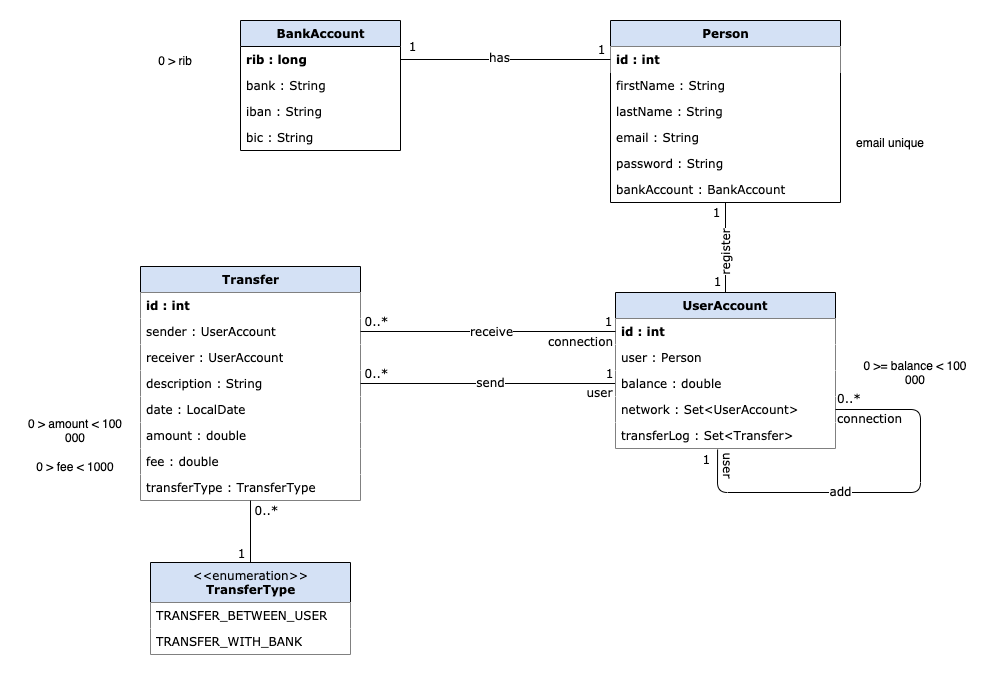
Before: src/main/resources/static/Buddy_UML.png, a diagram exported from draw.io (June-Ruth/PayMyBuddy). Source tidied: cells renumbered, new cells last; positions are measured from the earlier drawing's top-left corner, leaving out a move shared by most shapes.
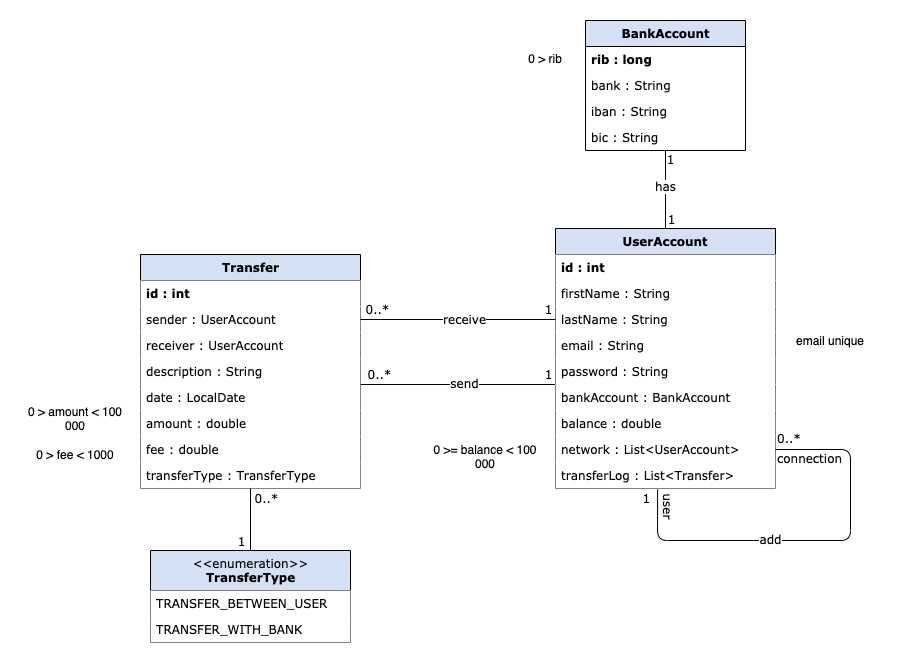
The same diagram one commit later.

Diff of the diagram source:
```diff
@@ -29,29 +29,8 @@
     <mxCell id="10" value="transferType : TransferType" style="text;html=1;align=left;verticalAlign=top;spacingLeft=4;spacingRight=4;whiteSpace=wrap;overflow=hidden;fontSize=12;fontFamily=Verdana;fillColor=#FFFFFF;" parent="2" vertex="1">
       <mxGeometry y="208" width="220" height="26" as="geometry" />
     </mxCell>
-    <mxCell id="11" value="Person" style="swimlane;html=1;fontStyle=1;horizontal=1;startSize=26;fillColor=#D4E1F5;swimlaneFillColor=#ffffff;rounded=0;shadow=0;comic=0;labelBackgroundColor=none;strokeWidth=1;fontFamily=Verdana;fontSize=12;align=center;" parent="1" vertex="1">
-      <mxGeometry x="590" width="230" height="182" as="geometry" />
-    </mxCell>
-    <mxCell id="12" value="id : int" style="text;strokeColor=none;fillColor=#FFFFFF;align=left;verticalAlign=top;spacingLeft=4;spacingRight=4;overflow=hidden;points=[[0,0.5],[1,0.5]];portConstraint=eastwest;fontFamily=Verdana;fontSize=12;fontStyle=1;" parent="11" vertex="1">
-      <mxGeometry y="26" width="230" height="26" as="geometry" />
-    </mxCell>
-    <mxCell id="13" value="firstName : String" style="text;html=1;strokeColor=none;fillColor=none;align=left;verticalAlign=top;spacingLeft=4;spacingRight=4;whiteSpace=wrap;overflow=hidden;fontSize=12;fontFamily=Verdana;" parent="11" vertex="1">
-      <mxGeometry y="52" width="230" height="26" as="geometry" />
-    </mxCell>
-    <mxCell id="14" value="lastName : String" style="text;html=1;strokeColor=none;fillColor=none;align=left;verticalAlign=top;spacingLeft=4;spacingRight=4;whiteSpace=wrap;overflow=hidden;points=[[0,0.5],[1,0.5]];portConstraint=eastwest;fontSize=12;fontFamily=Verdana;" parent="11" vertex="1">
-      <mxGeometry y="78" width="230" height="26" as="geometry" />
-    </mxCell>
-    <mxCell id="15" value="&lt;span style=&quot;font-style: normal&quot;&gt;email : String&lt;/span&gt;" style="text;html=1;strokeColor=none;fillColor=none;align=left;verticalAlign=top;spacingLeft=4;spacingRight=4;whiteSpace=wrap;overflow=hidden;fontSize=12;fontFamily=Verdana;fontStyle=2;" parent="11" vertex="1">
-      <mxGeometry y="104" width="230" height="26" as="geometry" />
-    </mxCell>
-    <mxCell id="16" value="password : String" style="text;strokeColor=none;fillColor=none;align=left;verticalAlign=top;spacingLeft=4;spacingRight=4;overflow=hidden;points=[[0,0.5],[1,0.5]];portConstraint=eastwest;fontSize=12;fontFamily=Verdana;" parent="11" vertex="1">
-      <mxGeometry y="130" width="230" height="26" as="geometry" />
-    </mxCell>
-    <mxCell id="17" value="bankAccount : BankAccount" style="text;strokeColor=none;fillColor=none;align=left;verticalAlign=top;spacingLeft=4;spacingRight=4;overflow=hidden;points=[[0,0.5],[1,0.5]];portConstraint=eastwest;fontSize=12;fontFamily=Verdana;" parent="11" vertex="1">
-      <mxGeometry y="156" width="230" height="26" as="geometry" />
-    </mxCell>
     <mxCell id="18" value="BankAccount" style="swimlane;html=1;fontStyle=1;horizontal=1;startSize=26;fillColor=#D4E1F5;swimlaneFillColor=#ffffff;rounded=0;shadow=0;comic=0;labelBackgroundColor=none;strokeWidth=1;fontFamily=Verdana;fontSize=12;align=center;" parent="1" vertex="1">
-      <mxGeometry x="220" width="160" height="130" as="geometry" />
+      <mxGeometry x="565" y="12" width="160" height="130" as="geometry" />
     </mxCell>
     <mxCell id="19" value="rib : long" style="text;html=1;strokeColor=none;fillColor=none;align=left;verticalAlign=top;spacingLeft=4;spacingRight=4;whiteSpace=wrap;overflow=hidden;points=[[0,0.5],[1,0.5]];portConstraint=eastwest;fontSize=12;fontFamily=Verdana;fontStyle=1;" parent="18" vertex="1">
       <mxGeometry y="26" width="160" height="26" as="geometry" />
@@ -65,7 +44,7 @@
     <mxCell id="22" value="bic : String" style="text;strokeColor=none;fillColor=none;align=left;verticalAlign=top;spacingLeft=4;spacingRight=4;overflow=hidden;fontSize=12;fontFamily=Verdana;" parent="18" vertex="1">
       <mxGeometry y="104" width="160" height="26" as="geometry" />
     </mxCell>
-    <mxCell id="23" style="endArrow=none;endFill=0;endSize=24;html=1;entryX=0;entryY=0.5;entryDx=0;entryDy=0;fontSize=12;fontFamily=Verdana;" parent="1" edge="1" source="2" target="35">
+    <mxCell id="23" style="endArrow=none;endFill=0;endSize=24;html=1;fontSize=12;fontFamily=Verdana;exitX=1;exitY=0;exitDx=0;exitDy=0;exitPerimeter=0;entryX=0.005;entryY=1;entryDx=0;entryDy=0;entryPerimeter=0;" parent="1" edge="1" source="7" target="16">
       <mxGeometry relative="1" as="geometry" />
     </mxCell>
     <mxCell id="24" value="send" style="edgeLabel;html=1;align=center;verticalAlign=middle;fontSize=12;fontFamily=Verdana;" parent="23" vertex="1">
@@ -75,46 +54,37 @@
     </mxCell>
     <mxCell id="25" value="1" style="edgeLabel;html=1;align=center;verticalAlign=middle;fontSize=12;fontFamily=Verdana;" parent="23" vertex="1">
       <mxGeometry x="0.75" y="1" relative="1" as="geometry">
-        <mxPoint x="24" y="-10" as="offset" />
+        <mxPoint x="15" y="-10" as="offset" />
       </mxGeometry>
     </mxCell>
     <mxCell id="26" value="0..*" style="edgeLabel;html=1;align=center;verticalAlign=middle;fontSize=12;fontFamily=Verdana;" parent="23" vertex="1">
       <mxGeometry x="-0.79" relative="1" as="geometry">
-        <mxPoint x="-12" y="-11" as="offset" />
+        <mxPoint x="-3" y="-11" as="offset" />
       </mxGeometry>
     </mxCell>
-    <mxCell id="27" value="user" style="edgeLabel;html=1;align=center;verticalAlign=middle;fontSize=12;fontFamily=Verdana;" parent="23" vertex="1">
-      <mxGeometry x="0.8" y="-2" relative="1" as="geometry">
-        <mxPoint x="8" y="6" as="offset" />
-      </mxGeometry>
-    </mxCell>
-    <mxCell id="28" style="endArrow=none;endFill=0;endSize=24;html=1;entryX=0;entryY=0.5;entryDx=0;entryDy=0;exitX=1;exitY=0.5;exitDx=0;exitDy=0;rounded=1;fontSize=12;fontFamily=Verdana;" parent="1" edge="1" source="19" target="12">
-      <mxGeometry relative="1" as="geometry" />
-    </mxCell>
-    <mxCell id="29" value="has" style="edgeLabel;html=1;align=center;verticalAlign=middle;fontSize=12;fontFamily=Verdana;" parent="28" vertex="1">
-      <mxGeometry x="-0.07" y="3" relative="1" as="geometry" />
-    </mxCell>
-    <mxCell id="30" value="1" style="edgeLabel;html=1;align=center;verticalAlign=middle;fontSize=12;fontFamily=Verdana;" parent="28" vertex="1">
-      <mxGeometry x="-0.91" relative="1" as="geometry">
-        <mxPoint x="2" y="-14" as="offset" />
-      </mxGeometry>
-    </mxCell>
-    <mxCell id="31" value="1" style="edgeLabel;html=1;align=center;verticalAlign=middle;fontSize=12;fontFamily=Verdana;" parent="28" vertex="1">
-      <mxGeometry x="0.84" y="2" relative="1" as="geometry">
-        <mxPoint x="6" y="-9" as="offset" />
-      </mxGeometry>
-    </mxCell>
     <mxCell id="32" value="UserAccount" style="swimlane;fontStyle=1;horizontal=1;startSize=26;fillColor=#D4E1F5;fontFamily=Verdana;fontSize=12;" parent="1" vertex="1">
-      <mxGeometry x="595" y="272" width="220" height="156" as="geometry" />
+      <mxGeometry x="535" y="220" width="220" height="260" as="geometry" />
     </mxCell>
     <mxCell id="33" value="id : int" style="text;strokeColor=none;fillColor=#FFFFFF;align=left;verticalAlign=top;spacingLeft=4;spacingRight=4;overflow=hidden;points=[[0,0.5],[1,0.5]];portConstraint=eastwest;fontFamily=Verdana;fontSize=12;fontStyle=1;" parent="32" vertex="1">
       <mxGeometry y="26" width="220" height="26" as="geometry" />
     </mxCell>
-    <mxCell id="34" value="user : Person" style="text;html=1;strokeColor=none;fillColor=#FFFFFF;align=left;verticalAlign=top;spacingLeft=4;spacingRight=4;whiteSpace=wrap;overflow=hidden;fontSize=12;fontFamily=Verdana;" parent="32" vertex="1">
-      <mxGeometry y="52" width="220" height="26" as="geometry" />
-    </mxCell>
+    <mxCell id="13" value="firstName : String" style="text;html=1;strokeColor=none;align=left;verticalAlign=top;spacingLeft=4;spacingRight=4;whiteSpace=wrap;overflow=hidden;fontSize=12;fontFamily=Verdana;fillColor=#FFFFFF;" parent="32" vertex="1">
+      <mxGeometry y="52" width="220" height="26" as="geometry" />
+    </mxCell>
+    <mxCell id="14" value="lastName : String" style="text;html=1;strokeColor=none;align=left;verticalAlign=top;spacingLeft=4;spacingRight=4;whiteSpace=wrap;overflow=hidden;points=[[0,0.5],[1,0.5]];portConstraint=eastwest;fontSize=12;fontFamily=Verdana;fillColor=#FFFFFF;" parent="32" vertex="1">
+      <mxGeometry y="78" width="220" height="26" as="geometry" />
+    </mxCell>
+    <mxCell id="15" value="&lt;span style=&quot;font-style: normal&quot;&gt;email : String&lt;/span&gt;" style="text;html=1;strokeColor=none;align=left;verticalAlign=top;spacingLeft=4;spacingRight=4;whiteSpace=wrap;overflow=hidden;fontSize=12;fontFamily=Verdana;fontStyle=2;fillColor=#FFFFFF;" parent="32" vertex="1">
+      <mxGeometry y="104" width="220" height="26" as="geometry" />
+    </mxCell>
+    <mxCell id="16" value="password : String" style="text;strokeColor=none;align=left;verticalAlign=top;spacingLeft=4;spacingRight=4;overflow=hidden;points=[[0,0.5],[1,0.5]];portConstraint=eastwest;fontSize=12;fontFamily=Verdana;fillColor=#FFFFFF;" parent="32" vertex="1">
+      <mxGeometry y="130" width="220" height="26" as="geometry" />
+    </mxCell>
+    <mxCell id="17" value="bankAccount : BankAccount" style="text;strokeColor=none;align=left;verticalAlign=top;spacingLeft=4;spacingRight=4;overflow=hidden;points=[[0,0.5],[1,0.5]];portConstraint=eastwest;fontSize=12;fontFamily=Verdana;fillColor=#FFFFFF;" parent="32" vertex="1">
+      <mxGeometry y="156" width="220" height="26" as="geometry" />
+    </mxCell>
     <mxCell id="35" value="balance : double" style="text;strokeColor=none;fillColor=#FFFFFF;align=left;verticalAlign=top;spacingLeft=4;spacingRight=4;overflow=hidden;points=[[0,0.5],[1,0.5]];portConstraint=eastwest;fontSize=12;fontFamily=Verdana;" parent="32" vertex="1">
-      <mxGeometry y="78" width="220" height="26" as="geometry" />
+      <mxGeometry y="182" width="220" height="26" as="geometry" />
     </mxCell>
     <mxCell id="36" style="edgeStyle=none;rounded=1;orthogonalLoop=1;jettySize=auto;html=1;entryX=0;entryY=0.5;entryDx=0;entryDy=0;endArrow=none;endFill=0;fontFamily=Verdana;fontSize=12;" parent="32" edge="1">
       <mxGeometry relative="1" as="geometry">
@@ -122,18 +92,19 @@
         <mxPoint y="65" as="targetPoint" />
       </mxGeometry>
     </mxCell>
-    <mxCell id="37" value="network : Set&lt;UserAccount&gt;" style="text;strokeColor=none;fillColor=#FFFFFF;align=left;verticalAlign=top;spacingLeft=4;spacingRight=4;overflow=hidden;fontSize=12;fontFamily=Verdana;" parent="32" vertex="1">
-      <mxGeometry y="104" width="220" height="26" as="geometry" />
+    <mxCell id="37" value="network : List&lt;UserAccount&gt;" style="text;strokeColor=none;fillColor=#FFFFFF;align=left;verticalAlign=top;spacingLeft=4;spacingRight=4;overflow=hidden;fontSize=12;fontFamily=Verdana;" parent="32" vertex="1">
+      <mxGeometry y="208" width="220" height="26" as="geometry" />
     </mxCell>
-    <mxCell id="38" value="transferLog : Set&lt;Transfer&gt;" style="text;strokeColor=none;fillColor=#FFFFFF;align=left;verticalAlign=top;spacingLeft=4;spacingRight=4;overflow=hidden;points=[[0,0.5],[1,0.5]];portConstraint=eastwest;fontSize=12;fontFamily=Verdana;" parent="32" vertex="1">
-      <mxGeometry y="130" width="220" height="26" as="geometry" />
+    <mxCell id="38" value="transferLog : List&lt;Transfer&gt;" style="text;strokeColor=none;fillColor=#FFFFFF;align=left;verticalAlign=top;spacingLeft=4;spacingRight=4;overflow=hidden;points=[[0,0.5],[1,0.5]];portConstraint=eastwest;fontSize=12;fontFamily=Verdana;" parent="32" vertex="1">
+      <mxGeometry y="234" width="220" height="26" as="geometry" />
     </mxCell>
-    <mxCell id="39" style="endArrow=none;endFill=0;endSize=24;html=1;exitX=0.464;exitY=1.038;exitDx=0;exitDy=0;entryX=1;entryY=0.75;entryDx=0;entryDy=0;fontSize=12;fontFamily=Verdana;exitPerimeter=0;" parent="32" edge="1" source="38" target="32">
+    <mxCell id="39" style="endArrow=none;endFill=0;endSize=24;html=1;exitX=0.464;exitY=1.038;exitDx=0;exitDy=0;fontSize=12;fontFamily=Verdana;exitPerimeter=0;" parent="32" edge="1" source="38">
       <mxGeometry relative="1" as="geometry">
+        <mxPoint x="220" y="221" as="targetPoint" />
         <Array as="points">
-          <mxPoint x="102" y="200" />
-          <mxPoint x="305" y="200" />
-          <mxPoint x="305" y="117" />
+          <mxPoint x="102" y="312" />
+          <mxPoint x="295" y="312" />
+          <mxPoint x="295" y="221" />
         </Array>
       </mxGeometry>
     </mxCell>
@@ -162,19 +133,6 @@
         <mxPoint x="-12" y="9" as="offset" />
       </mxGeometry>
     </mxCell>
-    <mxCell id="45" value="register" style="endArrow=none;endFill=0;endSize=24;html=1;rounded=1;fontSize=12;fontFamily=Verdana;horizontal=0;exitX=0.5;exitY=0;exitDx=0;exitDy=0;labelBackgroundColor=#ffffff;" parent="1" edge="1" source="32" target="17">
-      <mxGeometry x="-0.11" relative="1" as="geometry" />
-    </mxCell>
-    <mxCell id="46" value="1" style="edgeLabel;html=1;align=center;verticalAlign=middle;fontSize=12;fontFamily=Verdana;" parent="45" vertex="1">
-      <mxGeometry x="0.71" relative="1" as="geometry">
-        <mxPoint x="-10" y="-4" as="offset" />
-      </mxGeometry>
-    </mxCell>
-    <mxCell id="47" value="1" style="edgeLabel;html=1;align=center;verticalAlign=middle;fontSize=12;fontFamily=Verdana;" parent="45" vertex="1">
-      <mxGeometry x="-0.76" relative="1" as="geometry">
-        <mxPoint x="-9" y="-1" as="offset" />
-      </mxGeometry>
-    </mxCell>
     <mxCell id="48" style="endArrow=none;endFill=0;endSize=24;html=1;entryX=-0.012;entryY=-0.038;entryDx=0;entryDy=0;fontSize=12;fontFamily=Verdana;entryPerimeter=0;strokeColor=none;" parent="1" edge="1">
       <mxGeometry relative="1" as="geometry">
         <mxPoint x="880" y="265" as="sourcePoint" />
@@ -203,7 +161,7 @@
         <mxPoint x="14" as="offset" />
       </mxGeometry>
     </mxCell>
-    <mxCell id="55" style="endArrow=none;endFill=0;endSize=24;html=1;entryX=0;entryY=0.5;entryDx=0;entryDy=0;fontSize=12;fontFamily=Verdana;exitX=1;exitY=0.5;exitDx=0;exitDy=0;" parent="1" edge="1" source="4" target="33">
+    <mxCell id="55" style="endArrow=none;endFill=0;endSize=24;html=1;fontSize=12;fontFamily=Verdana;exitX=1;exitY=0.5;exitDx=0;exitDy=0;entryX=0;entryY=0.5;entryDx=0;entryDy=0;" parent="1" edge="1" source="4" target="14">
       <mxGeometry relative="1" as="geometry" />
     </mxCell>
     <mxCell id="56" value="receive" style="edgeLabel;html=1;align=center;verticalAlign=middle;fontSize=12;fontFamily=Verdana;" parent="55" vertex="1">
@@ -213,33 +171,46 @@
     </mxCell>
     <mxCell id="57" value="1" style="edgeLabel;html=1;align=center;verticalAlign=middle;fontSize=12;fontFamily=Verdana;" parent="55" vertex="1">
       <mxGeometry x="0.75" y="1" relative="1" as="geometry">
-        <mxPoint x="23" y="-10" as="offset" />
+        <mxPoint x="16" y="-10" as="offset" />
       </mxGeometry>
     </mxCell>
     <mxCell id="58" value="0..*" style="edgeLabel;html=1;align=center;verticalAlign=middle;fontSize=12;fontFamily=Verdana;" parent="55" vertex="1">
       <mxGeometry x="-0.79" relative="1" as="geometry">
-        <mxPoint x="-12" y="-11" as="offset" />
+        <mxPoint x="-5" y="-11" as="offset" />
       </mxGeometry>
     </mxCell>
-    <mxCell id="59" value="connection" style="edgeLabel;html=1;align=center;verticalAlign=middle;fontSize=12;fontFamily=Verdana;" parent="55" vertex="1">
-      <mxGeometry x="0.78" relative="1" as="geometry">
-        <mxPoint x="-8" y="9" as="offset" />
-      </mxGeometry>
-    </mxCell>
     <mxCell id="60" value="0 &amp;gt; amount &amp;lt; 100 000" style="text;html=1;strokeColor=none;fillColor=none;align=center;verticalAlign=middle;whiteSpace=wrap;rounded=0;" parent="1" vertex="1">
       <mxGeometry y="392" width="110" height="36" as="geometry" />
     </mxCell>
     <mxCell id="61" value="0 &amp;gt;= balance &amp;lt; 100 000" style="text;html=1;strokeColor=none;fillColor=none;align=center;verticalAlign=middle;whiteSpace=wrap;rounded=0;" parent="1" vertex="1">
-      <mxGeometry x="840" y="332" width="110" height="40" as="geometry" />
+      <mxGeometry x="410" y="428" width="110" height="40" as="geometry" />
     </mxCell>
     <mxCell id="62" value="0 &amp;gt; fee &amp;lt; 1000" style="text;html=1;strokeColor=none;fillColor=none;align=center;verticalAlign=middle;whiteSpace=wrap;rounded=0;" parent="1" vertex="1">
       <mxGeometry y="428" width="110" height="36" as="geometry" />
     </mxCell>
     <mxCell id="63" value="0 &amp;gt; rib" style="text;html=1;strokeColor=none;fillColor=none;align=center;verticalAlign=middle;whiteSpace=wrap;rounded=0;" parent="1" vertex="1">
-      <mxGeometry x="100" y="22" width="110" height="36" as="geometry" />
+      <mxGeometry x="470" y="32" width="110" height="36" as="geometry" />
     </mxCell>
     <mxCell id="64" value="email unique" style="text;html=1;strokeColor=none;fillColor=none;align=center;verticalAlign=middle;whiteSpace=wrap;rounded=0;" parent="1" vertex="1">
-      <mxGeometry x="815" y="102" width="110" height="40" as="geometry" />
+      <mxGeometry x="755" y="312" width="110" height="40" as="geometry" />
     </mxCell>
+    <mxCell id="28" style="endArrow=none;endFill=0;endSize=24;html=1;exitX=0.5;exitY=0;exitDx=0;exitDy=0;rounded=1;fontSize=12;fontFamily=Verdana;entryX=0.5;entryY=1;entryDx=0;entryDy=0;" parent="1" edge="1" source="32" target="18">
+      <mxGeometry relative="1" as="geometry" />
+    </mxCell>
+    <mxCell id="29" value="has" style="edgeLabel;html=1;align=center;verticalAlign=middle;fontSize=12;fontFamily=Verdana;" parent="28" vertex="1">
+      <mxGeometry x="-0.07" y="3" relative="1" as="geometry">
+        <mxPoint x="2" y="-7" as="offset" />
+      </mxGeometry>
+    </mxCell>
+    <mxCell id="30" value="1" style="edgeLabel;html=1;align=center;verticalAlign=middle;fontSize=12;fontFamily=Verdana;" parent="28" vertex="1">
+      <mxGeometry x="-0.91" relative="1" as="geometry">
+        <mxPoint x="5" y="-7" as="offset" />
+      </mxGeometry>
+    </mxCell>
+    <mxCell id="31" value="1" style="edgeLabel;html=1;align=center;verticalAlign=middle;fontSize=12;fontFamily=Verdana;" parent="28" vertex="1">
+      <mxGeometry x="0.84" y="2" relative="1" as="geometry">
+        <mxPoint x="6" y="2" as="offset" />
+      </mxGeometry>
+    </mxCell>
   </root>
 </mxGraphModel>
```
